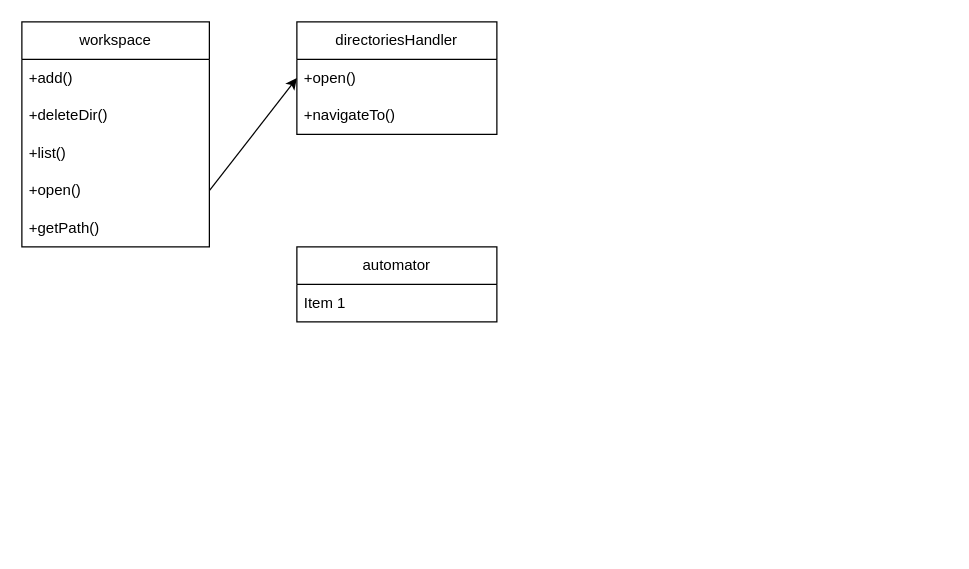
Above: docs/draws.dio in LucasTrino/pjt (draw.io), before the change. Source tidied: cells renumbered, new cells numbered last; positions are measured from the earlier drawing's top-left corner, leaving out a move shared by most shapes. Both pictures are drawn from the tidied source at 125%, with x=0, y=0 at pixel (21, 21).
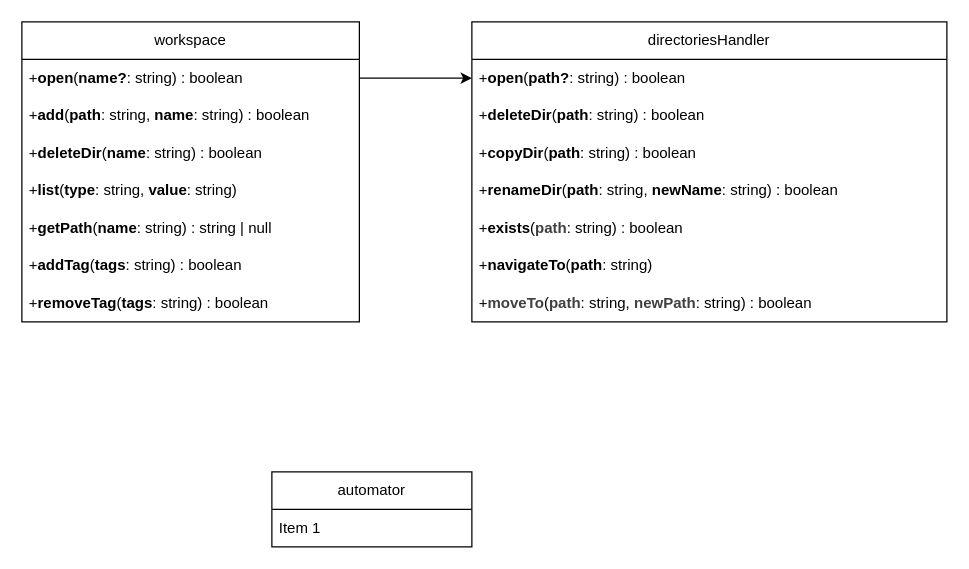
The same page after the edit.

Commit message (it also covers changes not shown here):
refactor: update parameter names for consistency and improve deleteDir return values

What changed in the source:
```diff
@@
     <mxCell id="2" value="workspace" style="swimlane;fontStyle=0;horizontal=1;startSize=30;whiteSpace=wrap;html=1;" parent="1" vertex="1">
-      <mxGeometry width="150" height="180" as="geometry" />
+      <mxGeometry width="270" height="240" as="geometry" />
     </mxCell>
+    <mxCell id="6" value="+&lt;b&gt;open&lt;/b&gt;(&lt;b&gt;name?&lt;/b&gt;: string) : boolean" style="text;strokeColor=none;fillColor=none;align=left;verticalAlign=middle;spacingLeft=4;spacingRight=4;overflow=hidden;points=[[0,0.5],[1,0.5]];portConstraint=eastwest;whiteSpace=wrap;html=1;" parent="2" vertex="1">
+      <mxGeometry y="30" width="270" height="30" as="geometry" />
+    </mxCell>
-    <mxCell id="3" value="+add()" style="text;strokeColor=none;fillColor=none;align=left;verticalAlign=middle;spacingLeft=4;spacingRight=4;overflow=hidden;whiteSpace=wrap;html=1;" parent="2" vertex="1">
-      <mxGeometry y="30" width="150" height="30" as="geometry" />
+    <mxCell id="3" value="+&lt;b&gt;add&lt;/b&gt;(&lt;b&gt;path&lt;/b&gt;: string, &lt;b&gt;name&lt;/b&gt;: string) : boolean" style="text;strokeColor=none;fillColor=none;align=left;verticalAlign=middle;spacingLeft=4;spacingRight=4;overflow=hidden;whiteSpace=wrap;html=1;" parent="2" vertex="1">
+      <mxGeometry y="60" width="270" height="30" as="geometry" />
     </mxCell>
-    <mxCell id="4" value="+deleteDir()" style="text;strokeColor=none;fillColor=none;align=left;verticalAlign=middle;spacingLeft=4;spacingRight=4;overflow=hidden;whiteSpace=wrap;html=1;" parent="2" vertex="1">
-      <mxGeometry y="60" width="150" height="30" as="geometry" />
+    <mxCell id="4" value="+&lt;b&gt;deleteDir&lt;/b&gt;(&lt;b&gt;name&lt;/b&gt;: string) : boolean" style="text;strokeColor=none;fillColor=none;align=left;verticalAlign=middle;spacingLeft=4;spacingRight=4;overflow=hidden;whiteSpace=wrap;html=1;" parent="2" vertex="1">
+      <mxGeometry y="90" width="270" height="30" as="geometry" />
     </mxCell>
-    <mxCell id="5" value="&lt;span style=&quot;color: rgb(0, 0, 0);&quot;&gt;+list()&lt;/span&gt;" style="text;strokeColor=none;fillColor=none;align=left;verticalAlign=middle;spacingLeft=4;spacingRight=4;overflow=hidden;whiteSpace=wrap;html=1;" parent="2" vertex="1">
-      <mxGeometry y="90" width="150" height="30" as="geometry" />
+    <mxCell id="5" value="&lt;span style=&quot;color: rgb(0, 0, 0);&quot;&gt;+&lt;b&gt;list&lt;/b&gt;(&lt;b&gt;type&lt;/b&gt;: string, &lt;b&gt;value&lt;/b&gt;: string)&lt;/span&gt;" style="text;strokeColor=none;fillColor=none;align=left;verticalAlign=middle;spacingLeft=4;spacingRight=4;overflow=hidden;whiteSpace=wrap;html=1;" parent="2" vertex="1">
+      <mxGeometry y="120" width="270" height="30" as="geometry" />
     </mxCell>
-    <mxCell id="6" value="+open()" style="text;strokeColor=none;fillColor=none;align=left;verticalAlign=middle;spacingLeft=4;spacingRight=4;overflow=hidden;points=[[0,0.5],[1,0.5]];portConstraint=eastwest;whiteSpace=wrap;html=1;" parent="2" vertex="1">
-      <mxGeometry y="120" width="150" height="30" as="geometry" />
-    </mxCell>
+    <mxCell id="14" value="+&lt;b&gt;getPath&lt;/b&gt;(&lt;b&gt;name&lt;/b&gt;: string) : string | null" style="text;strokeColor=none;fillColor=none;align=left;verticalAlign=middle;spacingLeft=4;spacingRight=4;overflow=hidden;whiteSpace=wrap;html=1;" parent="2" vertex="1">
+      <mxGeometry y="150" width="270" height="30" as="geometry" />
+    </mxCell>
-    <mxCell id="7" value="+getPath()" style="text;strokeColor=none;fillColor=none;align=left;verticalAlign=middle;spacingLeft=4;spacingRight=4;overflow=hidden;whiteSpace=wrap;html=1;" parent="2" vertex="1">
-      <mxGeometry y="150" width="150" height="30" as="geometry" />
+    <mxCell id="7" value="+&lt;b&gt;addTag&lt;/b&gt;(&lt;b&gt;tags&lt;/b&gt;: string) :&amp;nbsp;&lt;span style=&quot;color: rgb(0, 0, 0);&quot;&gt;boolean&lt;/span&gt;" style="text;strokeColor=none;fillColor=none;align=left;verticalAlign=middle;spacingLeft=4;spacingRight=4;overflow=hidden;whiteSpace=wrap;html=1;" parent="2" vertex="1">
+      <mxGeometry y="180" width="270" height="30" as="geometry" />
     </mxCell>
+    <mxCell id="15" value="+&lt;b&gt;removeTag&lt;/b&gt;(&lt;b&gt;tags&lt;/b&gt;: string) :&amp;nbsp;&lt;span style=&quot;color: rgb(0, 0, 0);&quot;&gt;boolean&lt;/span&gt;" style="text;strokeColor=none;fillColor=none;align=left;verticalAlign=middle;spacingLeft=4;spacingRight=4;overflow=hidden;whiteSpace=wrap;html=1;" parent="2" vertex="1">
+      <mxGeometry y="210" width="270" height="30" as="geometry" />
+    </mxCell>
     <mxCell id="8" value="directoriesHandler" style="swimlane;fontStyle=0;horizontal=1;startSize=30;whiteSpace=wrap;html=1;" parent="1" vertex="1">
-      <mxGeometry x="220" width="160" height="90" as="geometry" />
+      <mxGeometry x="360" width="380" height="240" as="geometry" />
     </mxCell>
-    <mxCell id="9" value="+open()" style="text;strokeColor=none;fillColor=none;align=left;verticalAlign=middle;spacingLeft=4;spacingRight=4;overflow=hidden;points=[[0,0.5],[1,0.5]];portConstraint=eastwest;whiteSpace=wrap;html=1;" parent="8" vertex="1">
-      <mxGeometry y="30" width="160" height="30" as="geometry" />
+    <mxCell id="9" value="+&lt;b&gt;open&lt;/b&gt;(&lt;b&gt;path?&lt;/b&gt;: string) : boolean" style="text;strokeColor=none;fillColor=none;align=left;verticalAlign=middle;spacingLeft=4;spacingRight=4;overflow=hidden;points=[[0,0.5],[1,0.5]];portConstraint=eastwest;whiteSpace=wrap;html=1;" parent="8" vertex="1">
+      <mxGeometry y="30" width="380" height="30" as="geometry" />
     </mxCell>
+    <mxCell id="16" value="+&lt;b&gt;deleteDir&lt;/b&gt;(&lt;b&gt;path&lt;/b&gt;: string)&amp;nbsp;&lt;span style=&quot;color: rgb(0, 0, 0);&quot;&gt;: boolean&lt;/span&gt;" style="text;strokeColor=none;fillColor=none;align=left;verticalAlign=middle;spacingLeft=4;spacingRight=4;overflow=hidden;whiteSpace=wrap;html=1;" parent="8" vertex="1">
+      <mxGeometry y="60" width="380" height="30" as="geometry" />
+    </mxCell>
+    <mxCell id="17" value="+&lt;b&gt;copyDir&lt;/b&gt;(&lt;b&gt;path&lt;/b&gt;: string)&amp;nbsp;&lt;span style=&quot;color: rgb(0, 0, 0);&quot;&gt;: boolean&lt;/span&gt;" style="text;strokeColor=none;fillColor=none;align=left;verticalAlign=middle;spacingLeft=4;spacingRight=4;overflow=hidden;whiteSpace=wrap;html=1;" parent="8" vertex="1">
+      <mxGeometry y="90" width="380" height="30" as="geometry" />
+    </mxCell>
+    <mxCell id="18" value="+&lt;b&gt;renameDir&lt;/b&gt;(&lt;b&gt;path&lt;/b&gt;: string, &lt;b&gt;newName&lt;/b&gt;: string)&amp;nbsp;&lt;span style=&quot;color: rgb(0, 0, 0);&quot;&gt;: boolean&lt;/span&gt;" style="text;strokeColor=none;fillColor=none;align=left;verticalAlign=middle;spacingLeft=4;spacingRight=4;overflow=hidden;whiteSpace=wrap;html=1;" parent="8" vertex="1">
+      <mxGeometry y="120" width="380" height="30" as="geometry" />
+    </mxCell>
+    <mxCell id="19" value="&lt;span style=&quot;color: rgb(0, 0, 0);&quot;&gt;+&lt;b&gt;exists&lt;/b&gt;(&lt;/span&gt;&lt;b style=&quot;color: rgb(63, 63, 63); scrollbar-color: rgb(226, 226, 226) rgb(251, 251, 251);&quot;&gt;path&lt;/b&gt;&lt;span style=&quot;color: rgb(0, 0, 0);&quot;&gt;: string&lt;/span&gt;&lt;span style=&quot;color: rgb(0, 0, 0);&quot;&gt;)&amp;nbsp;&lt;/span&gt;&lt;span style=&quot;scrollbar-color: rgb(226, 226, 226) rgb(251, 251, 251); color: rgb(0, 0, 0);&quot;&gt;: boolean&lt;/span&gt;" style="text;strokeColor=none;fillColor=none;align=left;verticalAlign=middle;spacingLeft=4;spacingRight=4;overflow=hidden;whiteSpace=wrap;html=1;" parent="8" vertex="1">
+      <mxGeometry y="150" width="380" height="30" as="geometry" />
+    </mxCell>
-    <mxCell id="10" value="+navigateTo()" style="text;strokeColor=none;fillColor=none;align=left;verticalAlign=middle;spacingLeft=4;spacingRight=4;overflow=hidden;whiteSpace=wrap;html=1;" parent="8" vertex="1">
-      <mxGeometry y="60" width="160" height="30" as="geometry" />
+    <mxCell id="10" value="+&lt;b&gt;navigateTo&lt;/b&gt;(&lt;b&gt;path&lt;/b&gt;: string)" style="text;strokeColor=none;fillColor=none;align=left;verticalAlign=middle;spacingLeft=4;spacingRight=4;overflow=hidden;whiteSpace=wrap;html=1;" parent="8" vertex="1">
+      <mxGeometry y="180" width="380" height="30" as="geometry" />
     </mxCell>
+    <mxCell id="20" value="&lt;span style=&quot;color: rgb(0, 0, 0);&quot;&gt;+&lt;/span&gt;&lt;b style=&quot;color: rgb(63, 63, 63); scrollbar-color: rgb(226, 226, 226) rgb(251, 251, 251);&quot;&gt;moveTo&lt;/b&gt;&lt;span style=&quot;color: rgb(0, 0, 0);&quot;&gt;(&lt;/span&gt;&lt;b style=&quot;color: rgb(63, 63, 63); scrollbar-color: rgb(226, 226, 226) rgb(251, 251, 251);&quot;&gt;path&lt;/b&gt;&lt;span style=&quot;color: rgb(0, 0, 0);&quot;&gt;: string,&amp;nbsp;&lt;/span&gt;&lt;b style=&quot;color: rgb(63, 63, 63); scrollbar-color: rgb(226, 226, 226) rgb(251, 251, 251);&quot;&gt;newPath&lt;/b&gt;&lt;span style=&quot;color: rgb(0, 0, 0);&quot;&gt;: string)&amp;nbsp;&lt;/span&gt;&lt;span style=&quot;scrollbar-color: rgb(226, 226, 226) rgb(251, 251, 251); color: rgb(0, 0, 0);&quot;&gt;: boolean&lt;/span&gt;" style="text;strokeColor=none;fillColor=none;align=left;verticalAlign=middle;spacingLeft=4;spacingRight=4;overflow=hidden;whiteSpace=wrap;html=1;" parent="8" vertex="1">
+      <mxGeometry y="210" width="380" height="30" as="geometry" />
+    </mxCell>
@@
     <mxCell id="12" value="automator" style="swimlane;fontStyle=0;horizontal=1;startSize=30;whiteSpace=wrap;html=1;" parent="1" vertex="1">
-      <mxGeometry x="220" y="180" width="160" height="60" as="geometry" />
+      <mxGeometry x="200" y="360" width="160" height="60" as="geometry" />
     </mxCell>
```
